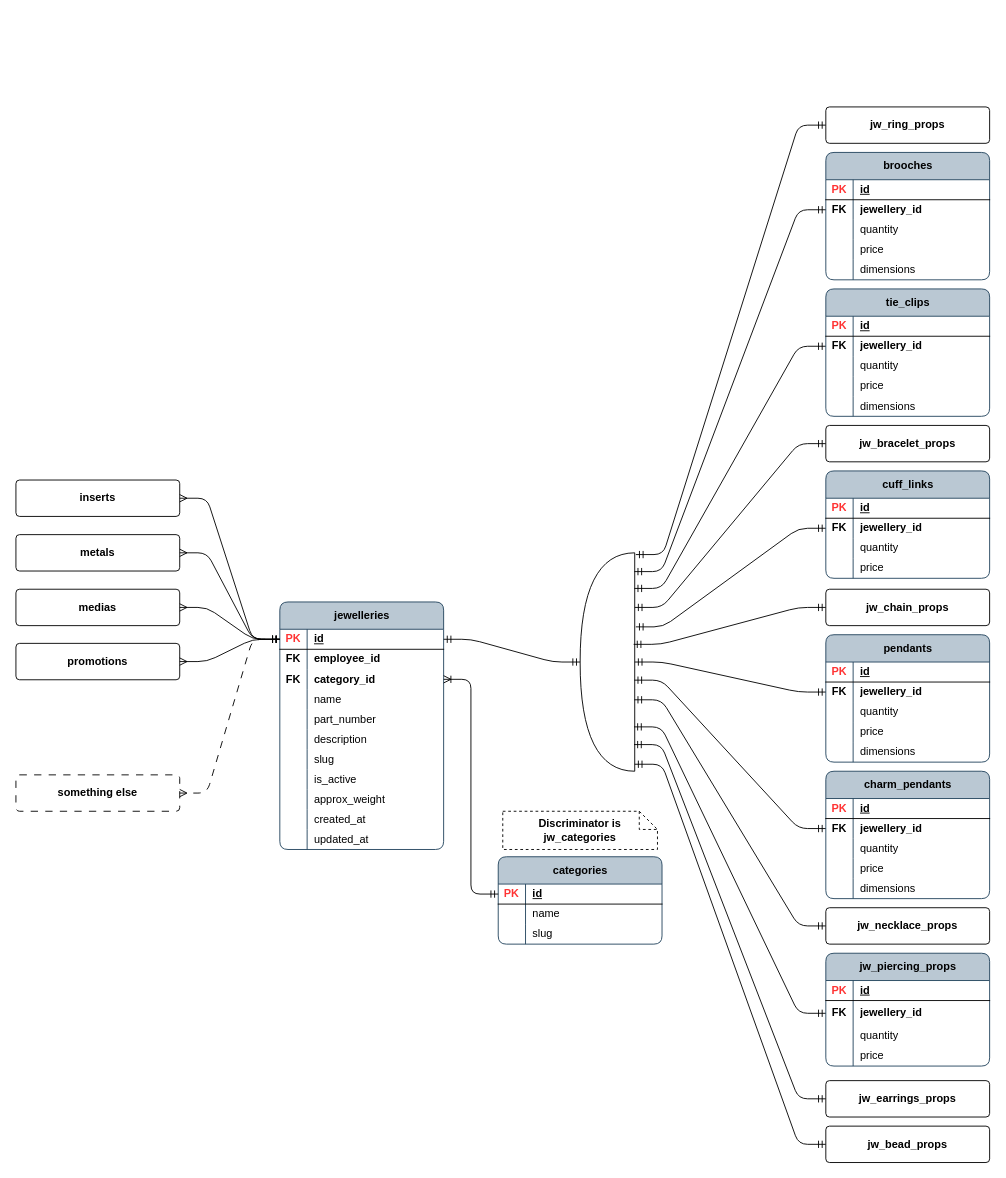
Above: page "psql_jewellery" (1 of 15) of publisher/laravel-app/psql_jewellery_items.drawio in Local-development-environment/msg-brokers-publisher-consumer (draw.io), before the change. Source tidied: cells renumbered, new cells numbered last; positions are measured from the earlier drawing's top-left corner, leaving out a move shared by most shapes. Both pictures are drawn from the tidied source at 91%, with x=0, y=0 at pixel (15, 106).
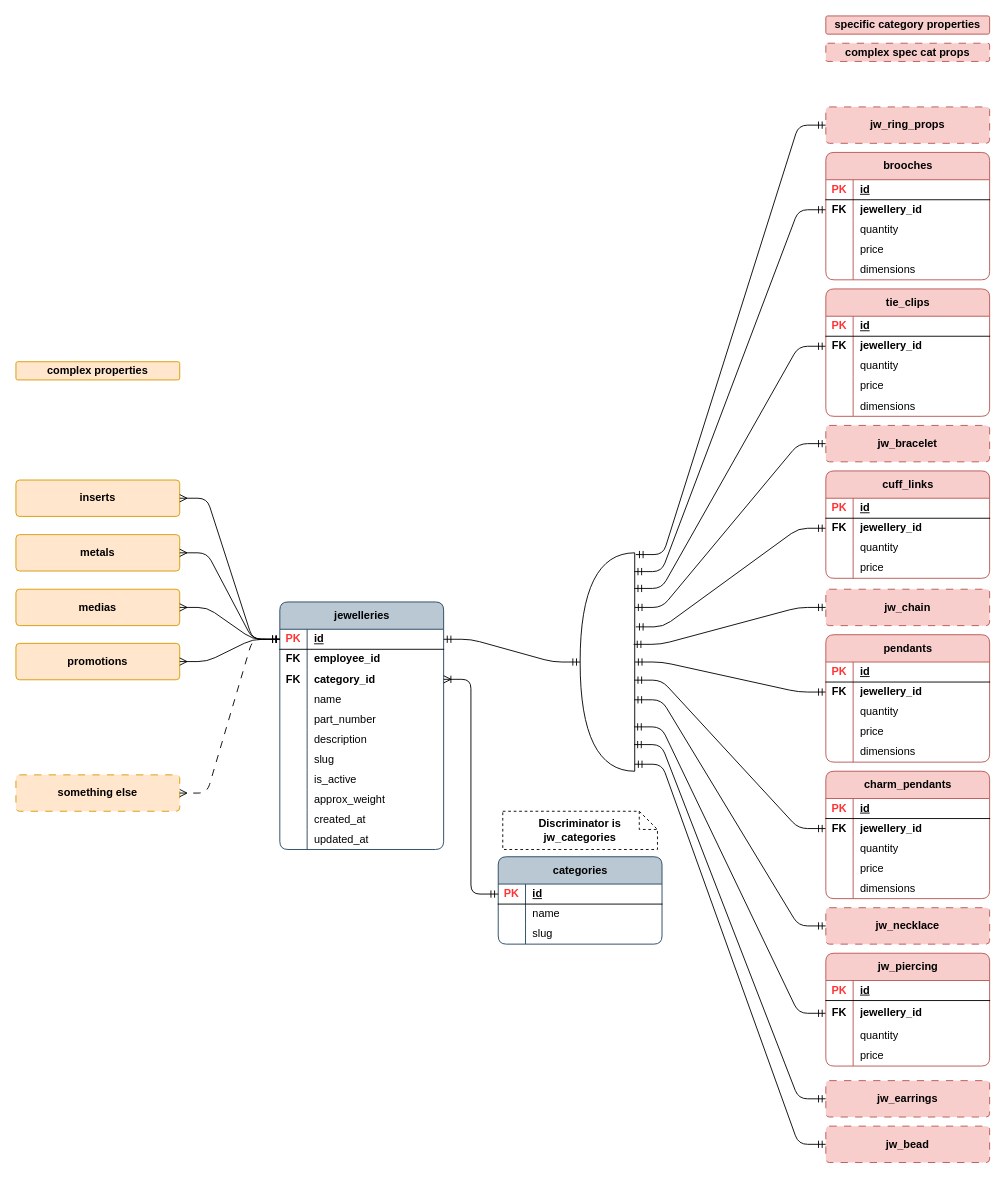
The same diagram, later.

What changed in the source:
```diff
@@
-    <mxCell id="61" value="brooches" style="shape=table;startSize=30;childLayout=tableLayout;rowLines=0;fontStyle=1;align=center;html=1;rounded=1;swimlaneFillColor=none;fillColor=#bac8d3;strokeColor=#23445d;columnLines=1;arcSize=10;" parent="1" vertex="1">
+    <mxCell id="61" value="brooches" style="shape=table;startSize=30;childLayout=tableLayout;rowLines=0;fontStyle=1;align=center;html=1;rounded=1;swimlaneFillColor=none;fillColor=#f8cecc;strokeColor=#b85450;columnLines=1;arcSize=10;" parent="1" vertex="1">
       <mxGeometry x="890" y="50" width="180" height="140" as="geometry" />
     </mxCell>
@@
-    <mxCell id="77" value="&lt;b&gt;jw_ring_props&lt;/b&gt;" style="rounded=1;arcSize=10;whiteSpace=wrap;html=1;align=center;" parent="1" vertex="1">
+    <mxCell id="77" value="&lt;b&gt;jw_ring_props&lt;/b&gt;" style="rounded=1;arcSize=10;whiteSpace=wrap;html=1;align=center;fillColor=#f8cecc;strokeColor=#b85450;dashed=1;dashPattern=8 8;" parent="1" vertex="1">
       <mxGeometry x="890" width="180" height="40" as="geometry" />
     </mxCell>
-    <mxCell id="78" value="tie_clips" style="shape=table;startSize=30;childLayout=tableLayout;rowLines=0;fontStyle=1;align=center;html=1;rounded=1;swimlaneFillColor=none;fillColor=#bac8d3;strokeColor=#23445d;columnLines=1;arcSize=10;" parent="1" vertex="1">
+    <mxCell id="78" value="tie_clips" style="shape=table;startSize=30;childLayout=tableLayout;rowLines=0;fontStyle=1;align=center;html=1;rounded=1;swimlaneFillColor=none;fillColor=#f8cecc;strokeColor=#b85450;columnLines=1;arcSize=10;" parent="1" vertex="1">
       <mxGeometry x="890" y="200" width="180" height="140" as="geometry" />
     </mxCell>
@@
-    <mxCell id="94" value="&lt;b&gt;jw_bracelet_props&lt;/b&gt;" style="rounded=1;arcSize=10;whiteSpace=wrap;html=1;align=center;" parent="1" vertex="1">
+    <mxCell id="94" value="&lt;b&gt;jw_bracelet&lt;/b&gt;" style="rounded=1;arcSize=10;whiteSpace=wrap;html=1;align=center;fillColor=#f8cecc;strokeColor=#b85450;dashed=1;dashPattern=8 8;" parent="1" vertex="1">
       <mxGeometry x="890" y="350" width="180" height="40" as="geometry" />
     </mxCell>
-    <mxCell id="95" value="cuff_links" style="shape=table;startSize=30;childLayout=tableLayout;rowLines=0;fontStyle=1;align=center;html=1;rounded=1;swimlaneFillColor=none;fillColor=#bac8d3;strokeColor=#23445d;columnLines=1;arcSize=10;" parent="1" vertex="1">
+    <mxCell id="95" value="cuff_links" style="shape=table;startSize=30;childLayout=tableLayout;rowLines=0;fontStyle=1;align=center;html=1;rounded=1;swimlaneFillColor=none;fillColor=#f8cecc;strokeColor=#b85450;columnLines=1;arcSize=10;" parent="1" vertex="1">
       <mxGeometry x="890" y="400" width="180" height="118" as="geometry" />
     </mxCell>
@@
-    <mxCell id="108" value="&lt;b&gt;jw_chain_props&lt;/b&gt;" style="rounded=1;arcSize=10;whiteSpace=wrap;html=1;align=center;" parent="1" vertex="1">
+    <mxCell id="108" value="&lt;b&gt;jw_chain&lt;/b&gt;" style="rounded=1;arcSize=10;whiteSpace=wrap;html=1;align=center;fillColor=#f8cecc;strokeColor=#b85450;dashed=1;dashPattern=8 8;" parent="1" vertex="1">
       <mxGeometry x="890" y="530" width="180" height="40" as="geometry" />
     </mxCell>
-    <mxCell id="109" value="pendants" style="shape=table;startSize=30;childLayout=tableLayout;rowLines=0;fontStyle=1;align=center;html=1;rounded=1;swimlaneFillColor=none;fillColor=#bac8d3;strokeColor=#23445d;columnLines=1;arcSize=10;" parent="1" vertex="1">
+    <mxCell id="109" value="pendants" style="shape=table;startSize=30;childLayout=tableLayout;rowLines=0;fontStyle=1;align=center;html=1;rounded=1;swimlaneFillColor=none;fillColor=#f8cecc;strokeColor=#b85450;columnLines=1;arcSize=10;" parent="1" vertex="1">
       <mxGeometry x="890" y="580" width="180" height="140" as="geometry" />
     </mxCell>
@@
-    <mxCell id="125" value="charm_pendants" style="shape=table;startSize=30;childLayout=tableLayout;rowLines=0;fontStyle=1;align=center;html=1;rounded=1;swimlaneFillColor=none;fillColor=#bac8d3;strokeColor=#23445d;columnLines=1;arcSize=10;" parent="1" vertex="1">
+    <mxCell id="125" value="charm_pendants" style="shape=table;startSize=30;childLayout=tableLayout;rowLines=0;fontStyle=1;align=center;html=1;rounded=1;swimlaneFillColor=none;fillColor=#f8cecc;strokeColor=#b85450;columnLines=1;arcSize=10;" parent="1" vertex="1">
       <mxGeometry x="890" y="730" width="180" height="140" as="geometry" />
     </mxCell>
@@
-    <mxCell id="141" value="&lt;b&gt;jw_necklace_props&lt;/b&gt;" style="rounded=1;arcSize=10;whiteSpace=wrap;html=1;align=center;" parent="1" vertex="1">
+    <mxCell id="141" value="&lt;b&gt;jw_necklace&lt;/b&gt;" style="rounded=1;arcSize=10;whiteSpace=wrap;html=1;align=center;fillColor=#f8cecc;strokeColor=#b85450;dashed=1;dashPattern=8 8;" parent="1" vertex="1">
       <mxGeometry x="890" y="880" width="180" height="40" as="geometry" />
     </mxCell>
-    <mxCell id="142" value="jw_piercing_props" style="shape=table;startSize=30;childLayout=tableLayout;rowLines=0;fontStyle=1;align=center;html=1;rounded=1;swimlaneFillColor=none;fillColor=#bac8d3;strokeColor=#23445d;columnLines=1;arcSize=10;gradientColor=none;" parent="1" vertex="1">
+    <mxCell id="142" value="jw_piercing" style="shape=table;startSize=30;childLayout=tableLayout;rowLines=0;fontStyle=1;align=center;html=1;rounded=1;swimlaneFillColor=none;fillColor=#f8cecc;strokeColor=#b85450;columnLines=1;arcSize=10;" parent="1" vertex="1">
       <mxGeometry x="890" y="930" width="180" height="124" as="geometry" />
     </mxCell>
@@
-    <mxCell id="156" value="&lt;b&gt;jw_bead_props&lt;/b&gt;" style="rounded=1;arcSize=10;whiteSpace=wrap;html=1;align=center;" parent="1" vertex="1">
+    <mxCell id="156" value="&lt;b&gt;jw_bead&lt;/b&gt;" style="rounded=1;arcSize=10;whiteSpace=wrap;html=1;align=center;fillColor=#f8cecc;strokeColor=#b85450;dashed=1;dashPattern=8 8;" parent="1" vertex="1">
       <mxGeometry x="890" y="1120" width="180" height="40" as="geometry" />
     </mxCell>
-    <mxCell id="157" value="&lt;b&gt;jw_earrings_props&lt;/b&gt;" style="rounded=1;arcSize=10;whiteSpace=wrap;html=1;align=center;" parent="1" vertex="1">
+    <mxCell id="157" value="&lt;b&gt;jw_earrings&lt;/b&gt;" style="rounded=1;arcSize=10;whiteSpace=wrap;html=1;align=center;fillColor=#f8cecc;strokeColor=#b85450;dashed=1;dashPattern=8 8;" parent="1" vertex="1">
       <mxGeometry x="890" y="1070" width="180" height="40" as="geometry" />
     </mxCell>
-    <mxCell id="158" value="&lt;b&gt;inserts&lt;/b&gt;" style="rounded=1;arcSize=10;whiteSpace=wrap;html=1;align=center;" parent="1" vertex="1">
+    <mxCell id="158" value="&lt;b&gt;inserts&lt;/b&gt;" style="rounded=1;arcSize=10;whiteSpace=wrap;html=1;align=center;strokeColor=#d79b00;fillColor=#ffe6cc;" parent="1" vertex="1">
       <mxGeometry y="410" width="180" height="40" as="geometry" />
     </mxCell>
@@
-    <mxCell id="160" value="&lt;b&gt;metals&lt;/b&gt;" style="rounded=1;arcSize=10;whiteSpace=wrap;html=1;align=center;" parent="1" vertex="1">
+    <mxCell id="160" value="&lt;b&gt;metals&lt;/b&gt;" style="rounded=1;arcSize=10;whiteSpace=wrap;html=1;align=center;strokeColor=#d79b00;fillColor=#ffe6cc;" parent="1" vertex="1">
       <mxGeometry y="470" width="180" height="40" as="geometry" />
     </mxCell>
@@
-    <mxCell id="162" value="&lt;b&gt;medias&lt;/b&gt;" style="rounded=1;arcSize=10;whiteSpace=wrap;html=1;align=center;" parent="1" vertex="1">
+    <mxCell id="162" value="&lt;b&gt;medias&lt;/b&gt;" style="rounded=1;arcSize=10;whiteSpace=wrap;html=1;align=center;strokeColor=#d79b00;fillColor=#ffe6cc;" parent="1" vertex="1">
       <mxGeometry y="530" width="180" height="40" as="geometry" />
     </mxCell>
@@
-    <mxCell id="164" value="&lt;b&gt;promotions&lt;/b&gt;" style="rounded=1;arcSize=10;whiteSpace=wrap;html=1;align=center;" parent="1" vertex="1">
+    <mxCell id="164" value="&lt;b&gt;promotions&lt;/b&gt;" style="rounded=1;arcSize=10;whiteSpace=wrap;html=1;align=center;strokeColor=#d79b00;fillColor=#ffe6cc;" parent="1" vertex="1">
       <mxGeometry y="589.5" width="180" height="40" as="geometry" />
     </mxCell>
@@
-    <mxCell id="166" value="&lt;b&gt;something else&lt;/b&gt;" style="rounded=1;arcSize=10;whiteSpace=wrap;html=1;align=center;dashed=1;dashPattern=8 8;" parent="1" vertex="1">
+    <mxCell id="166" value="&lt;b&gt;something else&lt;/b&gt;" style="rounded=1;arcSize=10;whiteSpace=wrap;html=1;align=center;dashed=1;dashPattern=8 8;strokeColor=#d79b00;fillColor=#ffe6cc;" parent="1" vertex="1">
       <mxGeometry y="734" width="180" height="40" as="geometry" />
     </mxCell>
@@
+    <mxCell id="168" value="&lt;b&gt;complex properties&lt;/b&gt;" style="rounded=1;arcSize=10;whiteSpace=wrap;html=1;align=center;strokeColor=#d79b00;fillColor=#ffe6cc;" parent="1" vertex="1">
+      <mxGeometry y="280" width="180" height="20" as="geometry" />
+    </mxCell>
+    <mxCell id="169" value="&lt;b&gt;specific category properties&lt;/b&gt;" style="rounded=1;arcSize=10;whiteSpace=wrap;html=1;align=center;fillColor=#f8cecc;strokeColor=#b85450;" parent="1" vertex="1">
+      <mxGeometry x="890" y="-100" width="180" height="20" as="geometry" />
+    </mxCell>
+    <mxCell id="170" value="&lt;b&gt;complex spec cat props&lt;/b&gt;" style="rounded=1;arcSize=10;whiteSpace=wrap;html=1;align=center;fillColor=#f8cecc;strokeColor=#b85450;dashed=1;dashPattern=8 8;" parent="1" vertex="1">
+      <mxGeometry x="890" y="-70" width="180" height="20" as="geometry" />
+    </mxCell>
```
